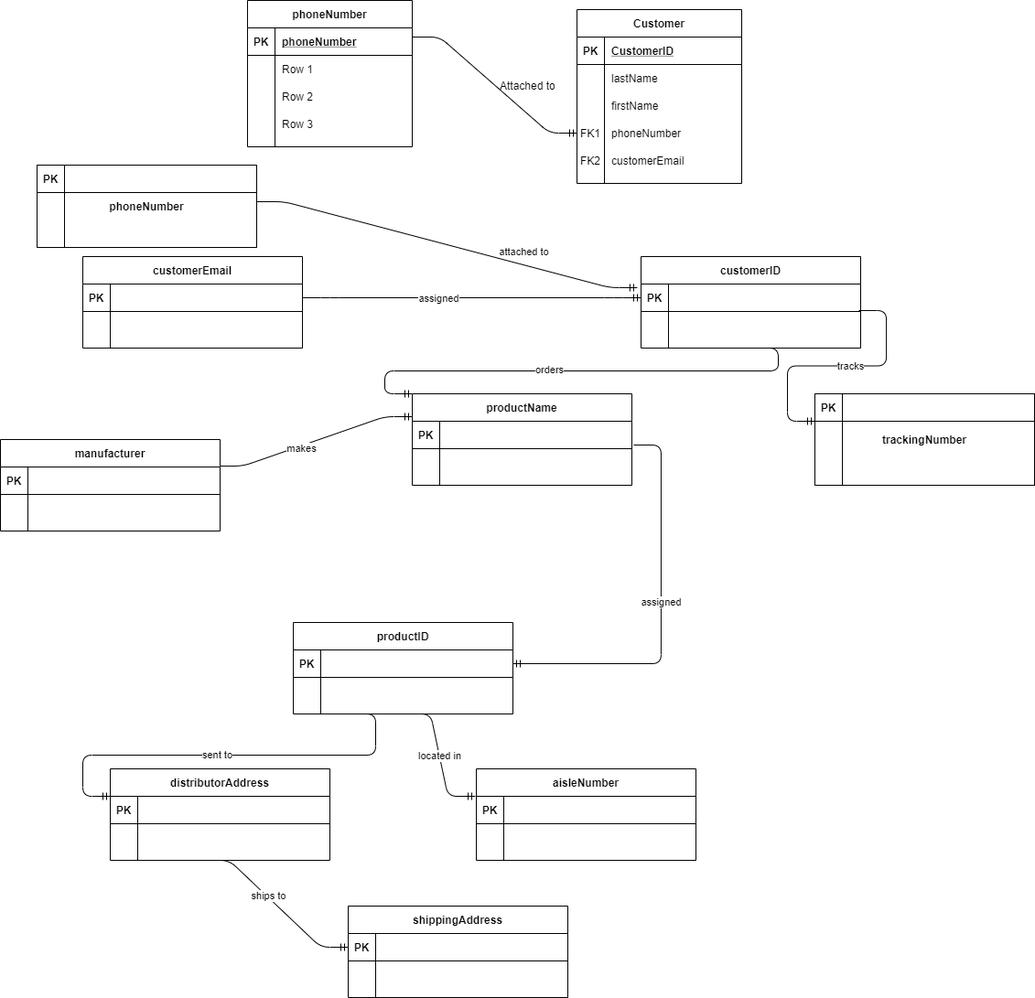
tylerbward/CIS-326-Group-Project keeps this draw.io diagram as erd.png. Above is the earlier version. Source tidied: cells renumbered, new cells last; positions are measured from the earlier drawing's top-left corner, leaving out a move shared by most shapes.
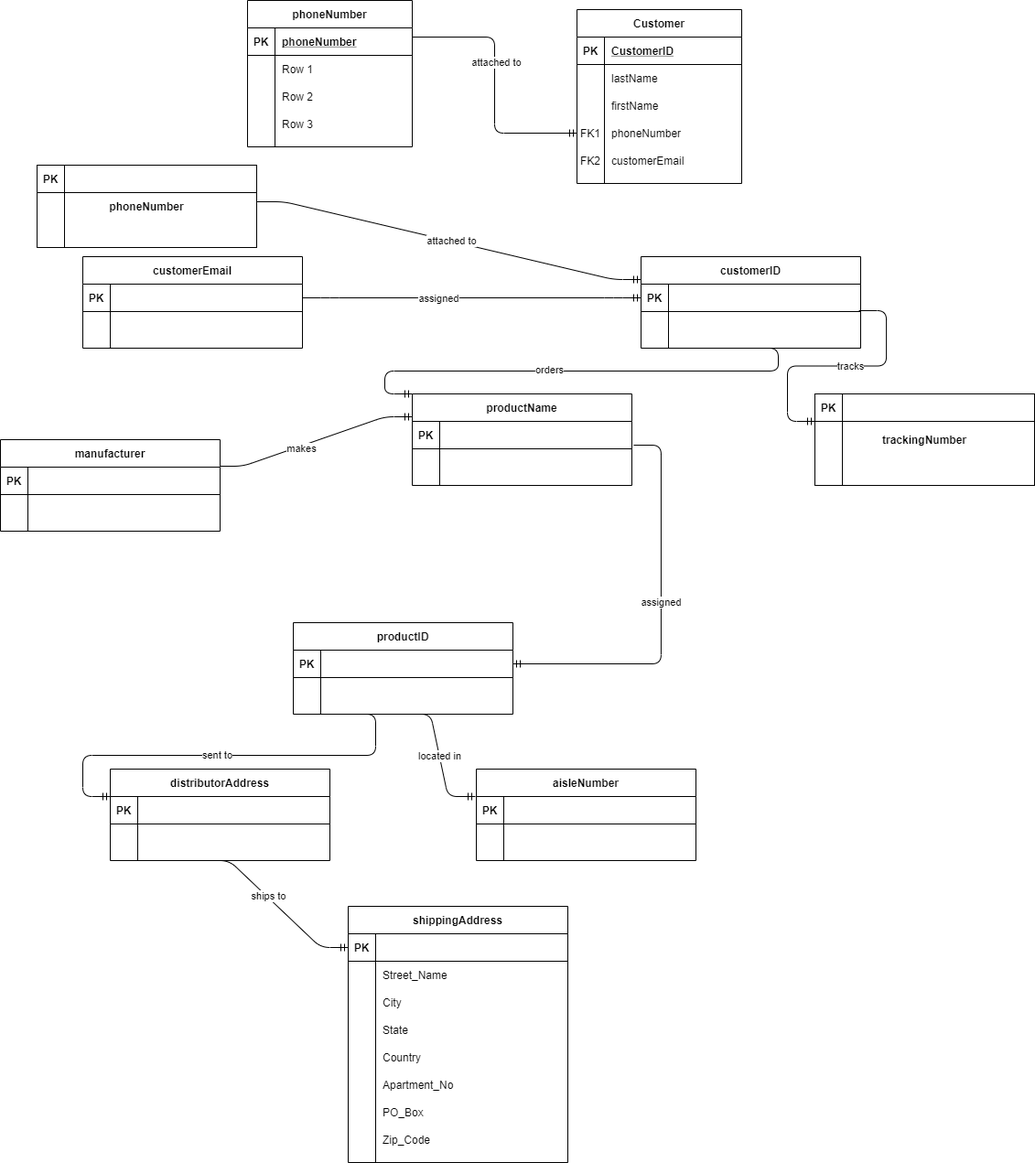
After the commit.

The edit, as a diff of the source:
```diff
@@ -236,12 +236,14 @@
         <mxPoint x="18" as="offset" />
       </mxGeometry>
     </mxCell>
-    <mxCell id="78" style="edgeStyle=entityRelationEdgeStyle;fontSize=12;html=1;endArrow=ERmandOne;entryX=-0.017;entryY=0.133;entryDx=0;entryDy=0;exitX=1;exitY=0.5;exitDx=0;exitDy=0;entryPerimeter=0;" parent="1" edge="1" source="59" target="98">
-      <mxGeometry relative="1" as="geometry" />
+    <mxCell id="78" style="edgeStyle=entityRelationEdgeStyle;fontSize=12;html=1;endArrow=ERmandOne;entryX=0;entryY=0.25;entryDx=0;entryDy=0;" parent="1" edge="1" target="97">
+      <mxGeometry relative="1" as="geometry">
+        <mxPoint x="280" y="220" as="sourcePoint" />
+      </mxGeometry>
     </mxCell>
     <mxCell id="79" value="&lt;div&gt;attached to&lt;/div&gt;" style="edgeLabel;html=1;align=center;verticalAlign=middle;" parent="78" vertex="1">
       <mxGeometry x="0.18" y="2" relative="1" as="geometry">
-        <mxPoint x="46.5" as="offset" />
+        <mxPoint x="-35.2" y="-6.8" as="offset" />
       </mxGeometry>
     </mxCell>
     <mxCell id="80" value="trackingNumber" style="shape=table;startSize=0;rowLines=0;fontStyle=1;align=center;" parent="1" vertex="1">
@@ -317,7 +319,7 @@
       <mxGeometry x="30" width="210" height="30" as="geometry" />
     </mxCell>
     <mxCell id="104" value="shippingAddress" style="shape=table;startSize=30;rowLines=0;fontStyle=1;align=center;" parent="1" vertex="1">
-      <mxGeometry x="380" y="990" width="240" height="100" as="geometry" />
+      <mxGeometry x="380" y="990" width="240" height="280" as="geometry" />
     </mxCell>
     <mxCell id="105" style="shape=partialRectangle;fillColor=none;points=[[0,0.5],[1,0.5]];portConstraint=eastwest;top=0;left=0;right=0;bottom=1;" parent="104" vertex="1">
       <mxGeometry y="30" width="240" height="30" as="geometry" />
@@ -334,9 +336,63 @@
     <mxCell id="109" style="shape=partialRectangle;overflow=hidden;fillColor=none;top=0;left=0;bottom=0;right=0;" parent="108" vertex="1">
       <mxGeometry width="30" height="30" as="geometry" />
     </mxCell>
-    <mxCell id="110" style="shape=partialRectangle;overflow=hidden;fillColor=none;top=0;left=0;bottom=0;right=0;align=left;spacingLeft=6;" parent="108" vertex="1">
+    <mxCell id="110" value="Street_Name" style="shape=partialRectangle;overflow=hidden;fillColor=none;top=0;left=0;bottom=0;right=0;align=left;spacingLeft=6;" parent="108" vertex="1">
       <mxGeometry x="30" width="210" height="30" as="geometry" />
     </mxCell>
+    <mxCell id="124" style="shape=partialRectangle;fillColor=none;top=0;left=0;right=0;bottom=0;" parent="104" vertex="1">
+      <mxGeometry y="90" width="240" height="30" as="geometry" />
+    </mxCell>
+    <mxCell id="125" style="shape=partialRectangle;overflow=hidden;fillColor=none;top=0;left=0;bottom=0;right=0;" parent="124" vertex="1">
+      <mxGeometry width="30" height="30" as="geometry" />
+    </mxCell>
+    <mxCell id="126" value="City" style="shape=partialRectangle;overflow=hidden;fillColor=none;top=0;left=0;bottom=0;right=0;align=left;spacingLeft=6;" parent="124" vertex="1">
+      <mxGeometry x="30" width="210" height="30" as="geometry" />
+    </mxCell>
+    <mxCell id="127" style="shape=partialRectangle;fillColor=none;top=0;left=0;right=0;bottom=0;" parent="104" vertex="1">
+      <mxGeometry y="120" width="240" height="30" as="geometry" />
+    </mxCell>
+    <mxCell id="128" style="shape=partialRectangle;overflow=hidden;fillColor=none;top=0;left=0;bottom=0;right=0;" parent="127" vertex="1">
+      <mxGeometry width="30" height="30" as="geometry" />
+    </mxCell>
+    <mxCell id="129" value="State" style="shape=partialRectangle;overflow=hidden;fillColor=none;top=0;left=0;bottom=0;right=0;align=left;spacingLeft=6;" parent="127" vertex="1">
+      <mxGeometry x="30" width="210" height="30" as="geometry" />
+    </mxCell>
+    <mxCell id="130" style="shape=partialRectangle;fillColor=none;top=0;left=0;right=0;bottom=0;" parent="104" vertex="1">
+      <mxGeometry y="150" width="240" height="30" as="geometry" />
+    </mxCell>
+    <mxCell id="131" style="shape=partialRectangle;overflow=hidden;fillColor=none;top=0;left=0;bottom=0;right=0;" parent="130" vertex="1">
+      <mxGeometry width="30" height="30" as="geometry" />
+    </mxCell>
+    <mxCell id="132" value="Country" style="shape=partialRectangle;overflow=hidden;fillColor=none;top=0;left=0;bottom=0;right=0;align=left;spacingLeft=6;" parent="130" vertex="1">
+      <mxGeometry x="30" width="210" height="30" as="geometry" />
+    </mxCell>
+    <mxCell id="133" style="shape=partialRectangle;fillColor=none;top=0;left=0;right=0;bottom=0;" parent="104" vertex="1">
+      <mxGeometry y="180" width="240" height="30" as="geometry" />
+    </mxCell>
+    <mxCell id="134" style="shape=partialRectangle;overflow=hidden;fillColor=none;top=0;left=0;bottom=0;right=0;" parent="133" vertex="1">
+      <mxGeometry width="30" height="30" as="geometry" />
+    </mxCell>
+    <mxCell id="135" value="Apartment_No" style="shape=partialRectangle;overflow=hidden;fillColor=none;top=0;left=0;bottom=0;right=0;align=left;spacingLeft=6;" parent="133" vertex="1">
+      <mxGeometry x="30" width="210" height="30" as="geometry" />
+    </mxCell>
+    <mxCell id="136" style="shape=partialRectangle;fillColor=none;top=0;left=0;right=0;bottom=0;" parent="104" vertex="1">
+      <mxGeometry y="210" width="240" height="30" as="geometry" />
+    </mxCell>
+    <mxCell id="137" style="shape=partialRectangle;overflow=hidden;fillColor=none;top=0;left=0;bottom=0;right=0;" parent="136" vertex="1">
+      <mxGeometry width="30" height="30" as="geometry" />
+    </mxCell>
+    <mxCell id="138" value="PO_Box" style="shape=partialRectangle;overflow=hidden;fillColor=none;top=0;left=0;bottom=0;right=0;align=left;spacingLeft=6;" parent="136" vertex="1">
+      <mxGeometry x="30" width="210" height="30" as="geometry" />
+    </mxCell>
+    <mxCell id="139" style="shape=partialRectangle;fillColor=none;top=0;left=0;right=0;bottom=0;" parent="104" vertex="1">
+      <mxGeometry y="240" width="240" height="30" as="geometry" />
+    </mxCell>
+    <mxCell id="140" style="shape=partialRectangle;overflow=hidden;fillColor=none;top=0;left=0;bottom=0;right=0;" parent="139" vertex="1">
+      <mxGeometry width="30" height="30" as="geometry" />
+    </mxCell>
+    <mxCell id="141" value="Zip_Code" style="shape=partialRectangle;overflow=hidden;fillColor=none;top=0;left=0;bottom=0;right=0;align=left;spacingLeft=6;" parent="139" vertex="1">
+      <mxGeometry x="30" width="210" height="30" as="geometry" />
+    </mxCell>
     <mxCell id="111" style="edgeStyle=entityRelationEdgeStyle;fontSize=12;html=1;endArrow=ERmandOne;entryX=0;entryY=0.5;entryDx=0;entryDy=0;" parent="1" edge="1" target="105">
       <mxGeometry relative="1" as="geometry">
         <mxPoint x="220" y="940" as="sourcePoint" />
@@ -374,11 +430,13 @@
     <mxCell id="121" style="shape=partialRectangle;overflow=hidden;fillColor=none;top=0;left=0;bottom=0;right=0;align=left;spacingLeft=6;" parent="119" vertex="1">
       <mxGeometry x="30" width="210" height="30" as="geometry" />
     </mxCell>
-    <mxCell id="122" style="edgeStyle=entityRelationEdgeStyle;fontSize=12;html=1;endArrow=ERmandOne;entryX=0;entryY=0.5;entryDx=0;entryDy=0;exitX=1;exitY=0.25;exitDx=0;exitDy=0;" parent="1" edge="1" source="35" target="29">
+    <mxCell id="122" style="edgeStyle=elbowEdgeStyle;fontSize=12;html=1;endArrow=ERmandOne;entryX=0;entryY=0.5;entryDx=0;entryDy=0;exitX=1;exitY=0.25;exitDx=0;exitDy=0;" parent="1" edge="1" source="35" target="29">
       <mxGeometry relative="1" as="geometry" />
     </mxCell>
-    <mxCell id="123" value="Attached to" style="text;strokeColor=none;fillColor=none;spacingLeft=4;spacingRight=4;overflow=hidden;fontSize=12;" parent="1" vertex="1">
-      <mxGeometry x="540" y="80" width="70" height="30" as="geometry" />
-    </mxCell>
+    <mxCell id="142" value="attached to" style="edgeLabel;html=1;align=center;verticalAlign=middle;" parent="122" vertex="1">
+      <mxGeometry x="-0.37" y="-27" relative="1" as="geometry">
+        <mxPoint x="28" y="27" as="offset" />
+      </mxGeometry>
+    </mxCell>
   </root>
 </mxGraphModel>
```
